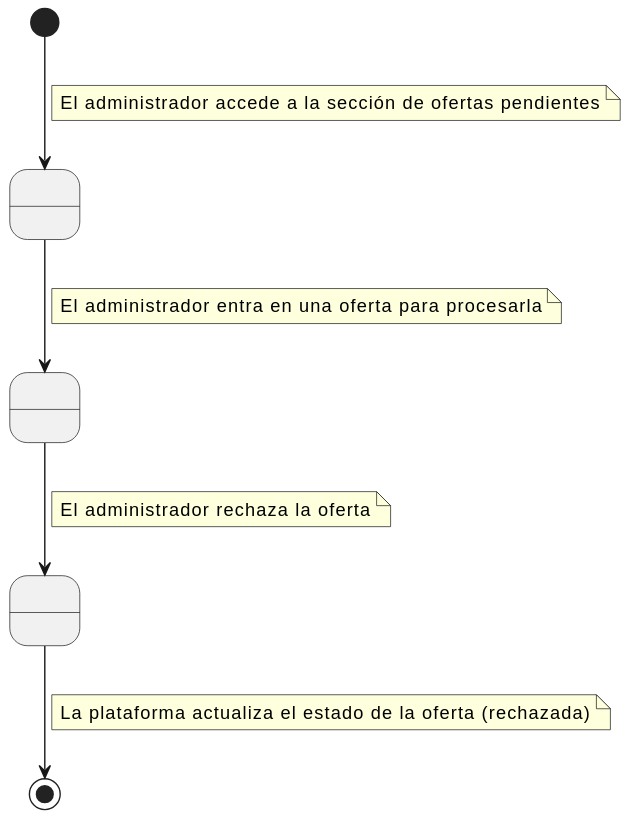
Earlier version of the PlantUML export modelosUML/CasosDeUso/svg/Detallar/cancelarOferta.svg (mmasias/24-25-IdSw1-SDR).
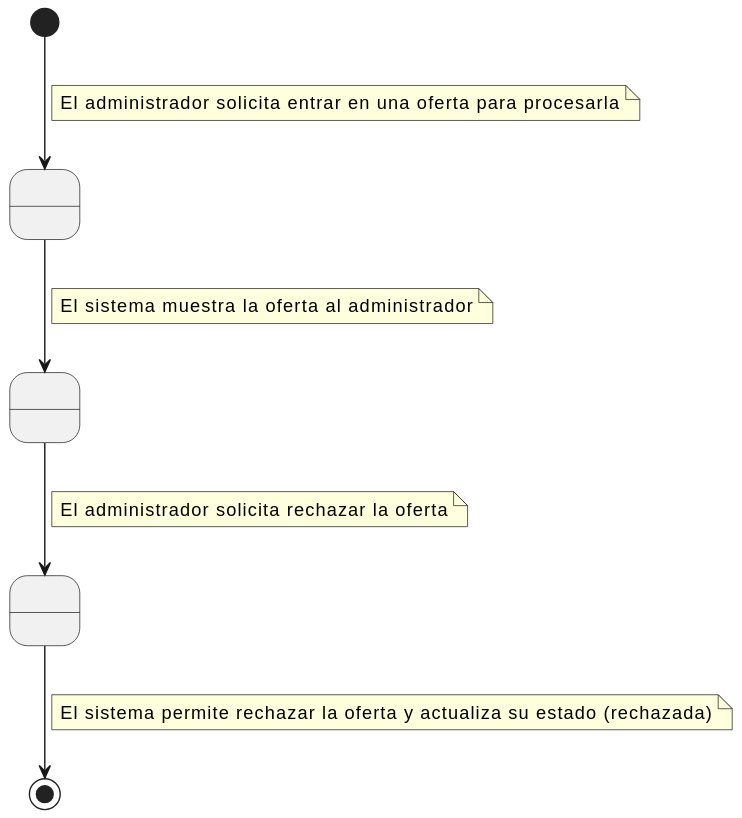
The same file after the commit.

What changed in the source:
```diff
@@ -5,18 +5,18 @@
 
 [*] --> Estado1
     note on link
-        El administrador accede a la sección de ofertas pendientes
+        El administrador solicita entrar en una oferta para procesarla
     end note
 Estado1 --> Estado2
     note on link
-        El administrador entra en una oferta para procesarla
+        El sistema muestra la oferta al administrador
     end note
 Estado2 --> Estado3
     note on link
-        El administrador rechaza la oferta
+        El administrador solicita rechazar la oferta
     end note
 Estado3 --> [*]
     note on link
-        La plataforma actualiza el estado de la oferta (rechazada)
+        El sistema permite rechazar la oferta y actualiza su estado (rechazada)
     end note
 @enduml
```
